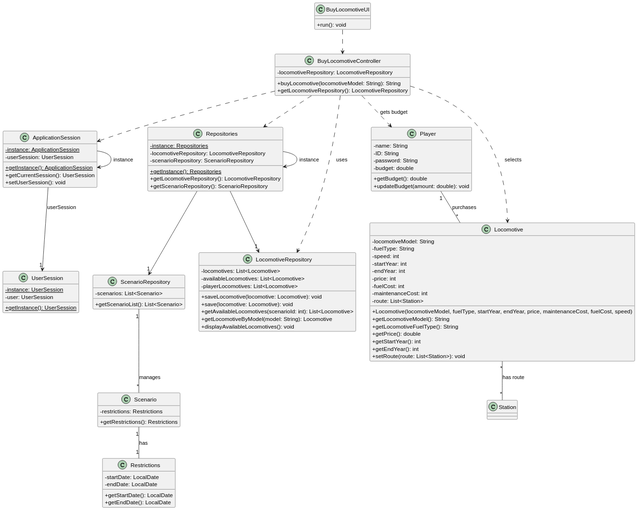
Before: docs/sprint2/us009/03.design/svg/us009-class-diagram.svg, a diagram exported from PlantUML (ivasduarte/all-aboard).
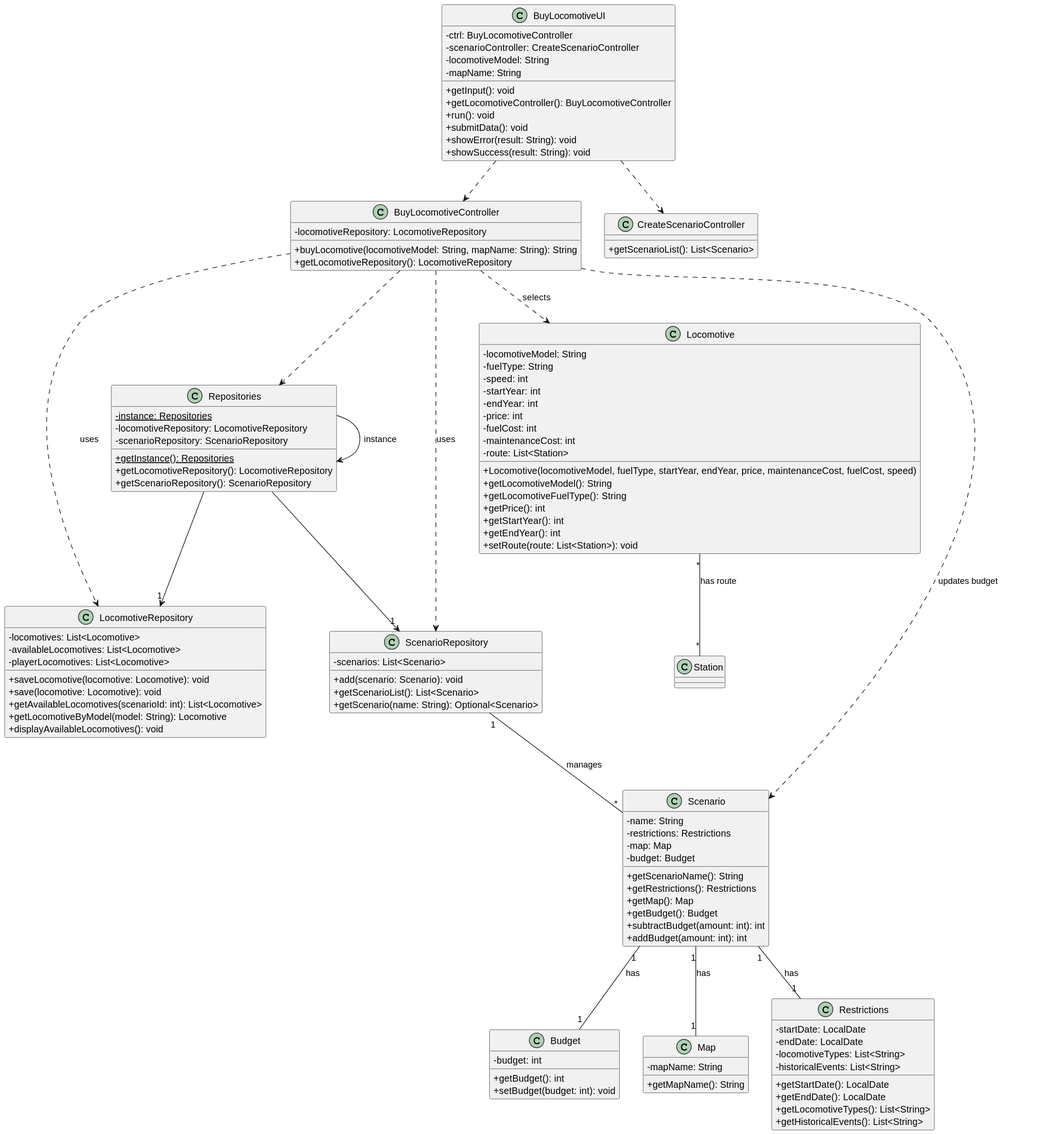
The same diagram one commit later.

What changed in the source:
```diff
@@ -1,28 +1,5 @@
 @startuml
 skinparam classAttributeIconSize 0
-
-class ApplicationSession {
-    -instance: ApplicationSession{static}
-    -userSession: UserSession
-    +getInstance(): ApplicationSession{static}
-    +getCurrentSession(): UserSession
-    +setUserSession(): void
-}
-
-class UserSession {
-    -instance: UserSession{static}
-    -user: UserSession
-    +getInstance(): UserSession{static}
-}
-
-class Player {
-    -name: String
-    -ID: String
-    -password: String
-    -budget: double
-    +getBudget(): double
-    +updateBudget(amount: double): void
-}
 
 class Locomotive {
     -locomotiveModel: String
@@ -37,7 +14,7 @@
     +Locomotive(locomotiveModel, fuelType, startYear, endYear, price, maintenanceCost, fuelCost, speed)
     +getLocomotiveModel(): String
     +getLocomotiveFuelType(): String
-    +getPrice(): double
+    +getPrice(): int
     +getStartYear(): int
     +getEndYear(): int
     +setRoute(route: List<Station>): void
@@ -67,51 +44,87 @@
 }
 
 class Scenario {
+    -name: String
     -restrictions: Restrictions
+    -map: Map
+    -budget: Budget
+    +getScenarioName(): String
     +getRestrictions(): Restrictions
+    +getMap(): Map
+    +getBudget(): Budget
+    +subtractBudget(amount: int): int
+    +addBudget(amount: int): int
+}
+
+class Budget {
+    -budget: int
+    +getBudget(): int
+    +setBudget(budget: int): void
+}
+
+class Map {
+    -mapName: String
+    +getMapName(): String
 }
 
 class Restrictions {
     -startDate: LocalDate
     -endDate: LocalDate
+    -locomotiveTypes: List<String>
+    -historicalEvents: List<String>
     +getStartDate(): LocalDate
     +getEndDate(): LocalDate
+    +getLocomotiveTypes(): List<String>
+    +getHistoricalEvents(): List<String>
 }
 
 class ScenarioRepository {
     -scenarios: List<Scenario>
+    +add(scenario: Scenario): void
     +getScenarioList(): List<Scenario>
+    +getScenario(name: String): Optional<Scenario>
 }
 
 class BuyLocomotiveController {
     -locomotiveRepository: LocomotiveRepository
-    +buyLocomotive(locomotiveModel: String): String
+    +buyLocomotive(locomotiveModel: String, mapName: String): String
     +getLocomotiveRepository(): LocomotiveRepository
 }
 
 class BuyLocomotiveUI {
+    -ctrl: BuyLocomotiveController
+    -scenarioController: CreateScenarioController
+    -locomotiveModel: String
+    -mapName: String
+    +getInput(): void
+    +getLocomotiveController(): BuyLocomotiveController
     +run(): void
+    +submitData(): void
+    +showError(result: String): void
+    +showSuccess(result: String): void
 }
 
-ApplicationSession -> ApplicationSession : instance
-ApplicationSession --> "1" UserSession : userSession
+class CreateScenarioController {
+    +getScenarioList(): List<Scenario>
+}
 
 Repositories -> Repositories : instance
 
 BuyLocomotiveUI ..> BuyLocomotiveController
+BuyLocomotiveUI ..> CreateScenarioController
 BuyLocomotiveController ..> Repositories
 BuyLocomotiveController ..> LocomotiveRepository : uses
+BuyLocomotiveController ..> ScenarioRepository : uses
 BuyLocomotiveController ..> Locomotive : selects
-BuyLocomotiveController ..> ApplicationSession
-BuyLocomotiveController ..> Player : gets budget
+BuyLocomotiveController ..> Scenario : updates budget
 
 Locomotive "*" -- "*" Station : has route
 
 Repositories --> "1" LocomotiveRepository
 Repositories --> "1" ScenarioRepository
 
-Player "1" -- "*" Locomotive : purchases
-
 Scenario "1" -- "1" Restrictions : has
+Scenario "1" -- "1" Budget : has
+Scenario "1" -- "1" Map : has
 ScenarioRepository "1" -- "*" Scenario : manages
 @enduml
```
